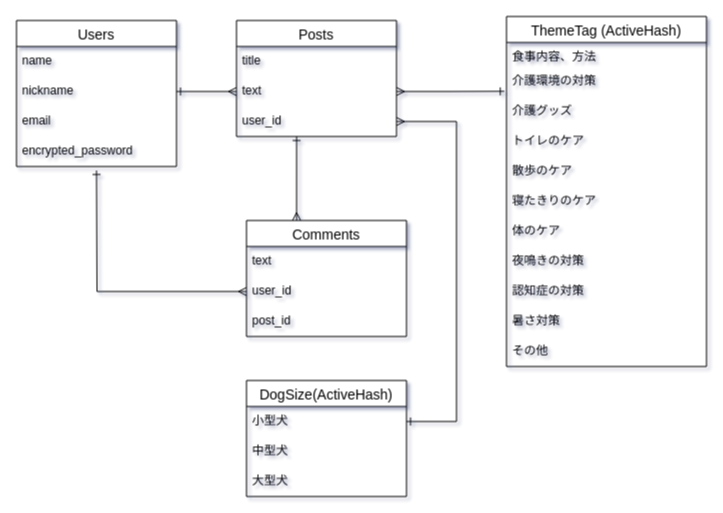
This is ER.dio from Amanatsu90/pet_care, a draw.io file, before an edit. Source tidied: cells renumbered, new cells numbered last; positions are measured from the earlier drawing's top-left corner, leaving out a move shared by most shapes. Both pictures are drawn from the tidied source at 100%, with x=0, y=0 at pixel (16, 16).
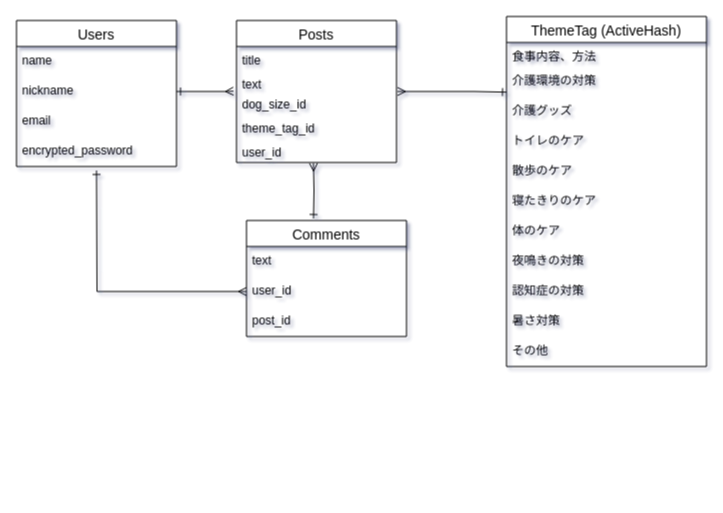
Above is the later version.

The change refers to these unchanged cells:
```xml
<mxCell id="4" value="nickname" style="text;strokeColor=none;fillColor=none;spacingLeft=4;spacingRight=4;overflow=hidden;points=[[0,0.5],[1,0.5]];portConstraint=eastwest;fontSize=12;" parent="2" vertex="1">
  <mxGeometry y="56" width="160" height="30" as="geometry" />
</mxCell>
<mxCell id="12" value="Comments" style="swimlane;fontStyle=0;horizontal=1;startSize=26;align=center;fontSize=14;" parent="1" vertex="1">
  <mxGeometry x="230" y="204" width="160" height="116" as="geometry" />
</mxCell>
<mxCell id="20" value="介護環境の対策" style="text;strokeColor=none;fillColor=none;spacingLeft=4;spacingRight=4;overflow=hidden;points=[[0,0.5],[1,0.5]];portConstraint=eastwest;fontSize=12;" parent="18" vertex="1">
  <mxGeometry y="50" width="200" height="30" as="geometry" />
</mxCell>
```

Diff of the diagram source:
```diff
@@
     <mxCell id="7" value="Posts" style="swimlane;fontStyle=0;horizontal=1;startSize=26;align=center;fontSize=14;" parent="1" vertex="1">
-      <mxGeometry x="220" y="4" width="160" height="116" as="geometry" />
+      <mxGeometry x="220" y="4" width="160" height="142" as="geometry" />
     </mxCell>
     <mxCell id="8" value="title" style="text;strokeColor=none;fillColor=none;spacingLeft=4;spacingRight=4;overflow=hidden;fontSize=12;" parent="7" vertex="1">
-      <mxGeometry y="26" width="160" height="30" as="geometry" />
+      <mxGeometry y="26" width="160" height="24" as="geometry" />
     </mxCell>
     <mxCell id="9" value="text" style="text;strokeColor=none;fillColor=none;spacingLeft=4;spacingRight=4;overflow=hidden;points=[[0,0.5],[1,0.5]];portConstraint=eastwest;fontSize=12;" parent="7" vertex="1">
-      <mxGeometry y="56" width="160" height="30" as="geometry" />
+      <mxGeometry y="50" width="160" height="20" as="geometry" />
     </mxCell>
-    <mxCell id="10" value="user_id" style="text;strokeColor=none;fillColor=none;spacingLeft=4;spacingRight=4;overflow=hidden;points=[[0,0.5],[1,0.5]];portConstraint=eastwest;fontSize=12;" parent="7" vertex="1">
-      <mxGeometry y="86" width="160" height="30" as="geometry" />
+    <mxCell id="10" value="dog_size_id" style="text;strokeColor=none;fillColor=none;spacingLeft=4;spacingRight=4;overflow=hidden;points=[[0,0.5],[1,0.5]];portConstraint=eastwest;fontSize=12;fontStyle=0;" parent="7" vertex="1">
+      <mxGeometry y="70" width="160" height="24" as="geometry" />
     </mxCell>
-    <mxCell id="11" style="edgeStyle=orthogonalEdgeStyle;rounded=0;jettySize=auto;html=1;startArrow=ERmany;startFill=0;endArrow=ERone;endFill=0;exitX=0.313;exitY=0;exitDx=0;exitDy=0;exitPerimeter=0;" parent="1" edge="1" source="12" target="10">
-      <mxGeometry relative="1" as="geometry">
-        <Array as="points">
-          <mxPoint x="280" y="144" />
-          <mxPoint x="280" y="144" />
-        </Array>
-      </mxGeometry>
-    </mxCell>
+    <mxCell id="36" value="theme_tag_id" style="text;strokeColor=none;fillColor=none;spacingLeft=4;spacingRight=4;overflow=hidden;fontSize=12;fontStyle=0;" parent="7" vertex="1">
+      <mxGeometry y="94" width="160" height="24" as="geometry" />
+    </mxCell>
+    <mxCell id="37" value="user_id" style="text;strokeColor=none;fillColor=none;spacingLeft=4;spacingRight=4;overflow=hidden;points=[[0,0.5],[1,0.5]];portConstraint=eastwest;fontSize=12;fontStyle=0;" parent="7" vertex="1">
+      <mxGeometry y="118" width="160" height="24" as="geometry" />
+    </mxCell>
+    <mxCell id="38" style="edgeStyle=orthogonalEdgeStyle;rounded=0;jettySize=auto;html=1;entryX=0.481;entryY=1.028;entryDx=0;entryDy=0;entryPerimeter=0;startArrow=ERone;startFill=0;endArrow=ERmany;endFill=0;" parent="1" edge="1" target="37">
+      <mxGeometry relative="1" as="geometry">
+        <mxPoint x="297" y="202" as="sourcePoint" />
+      </mxGeometry>
+    </mxCell>
@@
-    <mxCell id="16" style="edgeStyle=orthogonalEdgeStyle;rounded=0;jettySize=auto;html=1;exitX=1;exitY=0.5;exitDx=0;exitDy=0;entryX=0;entryY=0.5;entryDx=0;entryDy=0;endArrow=ERmany;endFill=0;startArrow=ERone;startFill=0;" parent="1" edge="1" source="4" target="9">
-      <mxGeometry relative="1" as="geometry" />
+    <mxCell id="16" style="edgeStyle=orthogonalEdgeStyle;rounded=0;jettySize=auto;html=1;exitX=1;exitY=0.5;exitDx=0;exitDy=0;endArrow=ERmany;endFill=0;startArrow=ERone;startFill=0;entryX=-0.019;entryY=0.028;entryDx=0;entryDy=0;entryPerimeter=0;" parent="1" edge="1" source="4" target="10">
+      <mxGeometry relative="1" as="geometry">
+        <Array as="points">
+          <mxPoint x="210" y="75" />
+          <mxPoint x="210" y="75" />
+        </Array>
+      </mxGeometry>
     </mxCell>
@@
-    <mxCell id="30" style="edgeStyle=orthogonalEdgeStyle;rounded=0;jettySize=auto;html=1;exitX=1;exitY=0.5;exitDx=0;exitDy=0;entryX=-0.011;entryY=0.828;entryDx=0;entryDy=0;entryPerimeter=0;startArrow=ERmany;startFill=0;endArrow=ERone;endFill=0;" parent="1" edge="1" source="9" target="20">
-      <mxGeometry relative="1" as="geometry" />
+    <mxCell id="30" style="edgeStyle=orthogonalEdgeStyle;rounded=0;jettySize=auto;html=1;entryX=0;entryY=0.856;entryDx=0;entryDy=0;entryPerimeter=0;startArrow=ERmany;startFill=0;endArrow=ERone;endFill=0;" parent="1" edge="1" target="20">
+      <mxGeometry relative="1" as="geometry">
+        <mxPoint x="381" y="75" as="sourcePoint" />
+        <Array as="points">
+          <mxPoint x="458" y="75" />
+        </Array>
+      </mxGeometry>
     </mxCell>
-    <mxCell id="31" style="edgeStyle=orthogonalEdgeStyle;rounded=0;jettySize=auto;html=1;exitX=1;exitY=0.5;exitDx=0;exitDy=0;entryX=1;entryY=0.5;entryDx=0;entryDy=0;startArrow=ERone;startFill=0;endArrow=ERmany;endFill=0;" parent="1" edge="1" source="33" target="10">
-      <mxGeometry relative="1" as="geometry">
-        <Array as="points">
-          <mxPoint x="440" y="405" />
-          <mxPoint x="440" y="105" />
-        </Array>
-      </mxGeometry>
-    </mxCell>
-    <mxCell id="32" value="DogSize(ActiveHash)" style="swimlane;fontStyle=0;horizontal=1;startSize=26;align=center;fontSize=14;" parent="1" vertex="1">
-      <mxGeometry x="230" y="364" width="160" height="116" as="geometry" />
-    </mxCell>
-    <mxCell id="33" value="小型犬" style="text;strokeColor=none;fillColor=none;spacingLeft=4;spacingRight=4;overflow=hidden;points=[[0,0.5],[1,0.5]];portConstraint=eastwest;fontSize=12;" parent="32" vertex="1">
-      <mxGeometry y="26" width="160" height="30" as="geometry" />
-    </mxCell>
-    <mxCell id="34" value="中型犬" style="text;strokeColor=none;fillColor=none;spacingLeft=4;spacingRight=4;overflow=hidden;fontSize=12;" parent="32" vertex="1">
-      <mxGeometry y="56" width="160" height="30" as="geometry" />
-    </mxCell>
-    <mxCell id="35" value="大型犬" style="text;strokeColor=none;fillColor=none;spacingLeft=4;spacingRight=4;overflow=hidden;fontSize=12;" parent="32" vertex="1">
-      <mxGeometry y="86" width="160" height="30" as="geometry" />
-    </mxCell>
```
